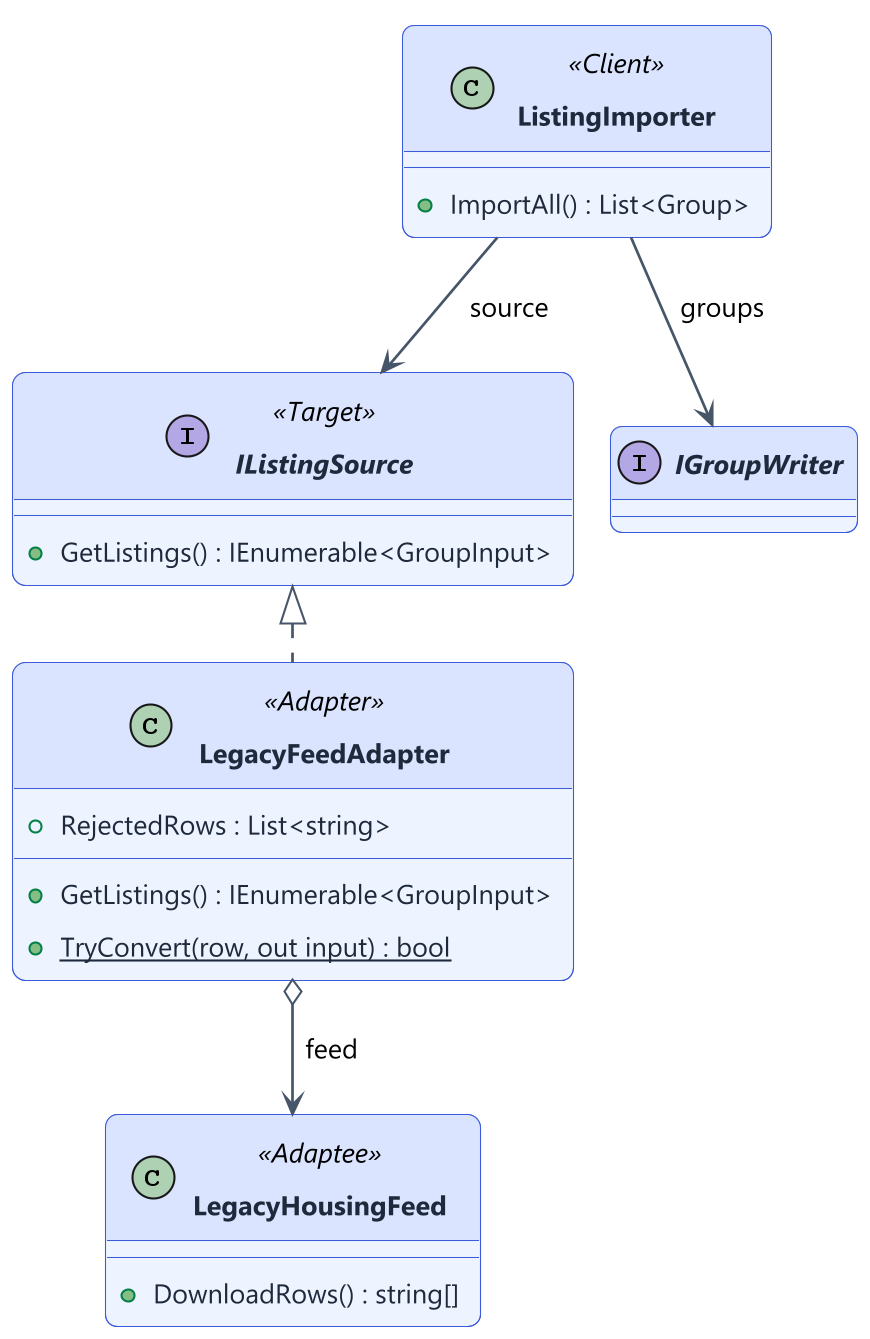
Earlier version of the PlantUML export lab-02/csharp/assets/d03-adapter.png (Lucian-Adrian/sem5-software-design). The source it was exported from:
```plantuml
@startuml d03-adapter
skinparamlocked dpi 200
!include style.iuml
interface IListingSource <<Target>> {
  +GetListings() : IEnumerable<GroupInput>
}
class LegacyHousingFeed <<Adaptee>> {
  +DownloadRows() : string[]
}
class LegacyFeedAdapter <<Adapter>> {
  +RejectedRows : List<string>
  +GetListings() : IEnumerable<GroupInput>
  +{static} TryConvert(row, out input) : bool
}
class ListingImporter <<Client>> {
  +ImportAll() : List<Group>
}
IListingSource <|.. LegacyFeedAdapter
LegacyFeedAdapter o--> LegacyHousingFeed : feed
ListingImporter --> IListingSource : source
ListingImporter --> IGroupWriter : groups
interface IGroupWriter
@enduml
```
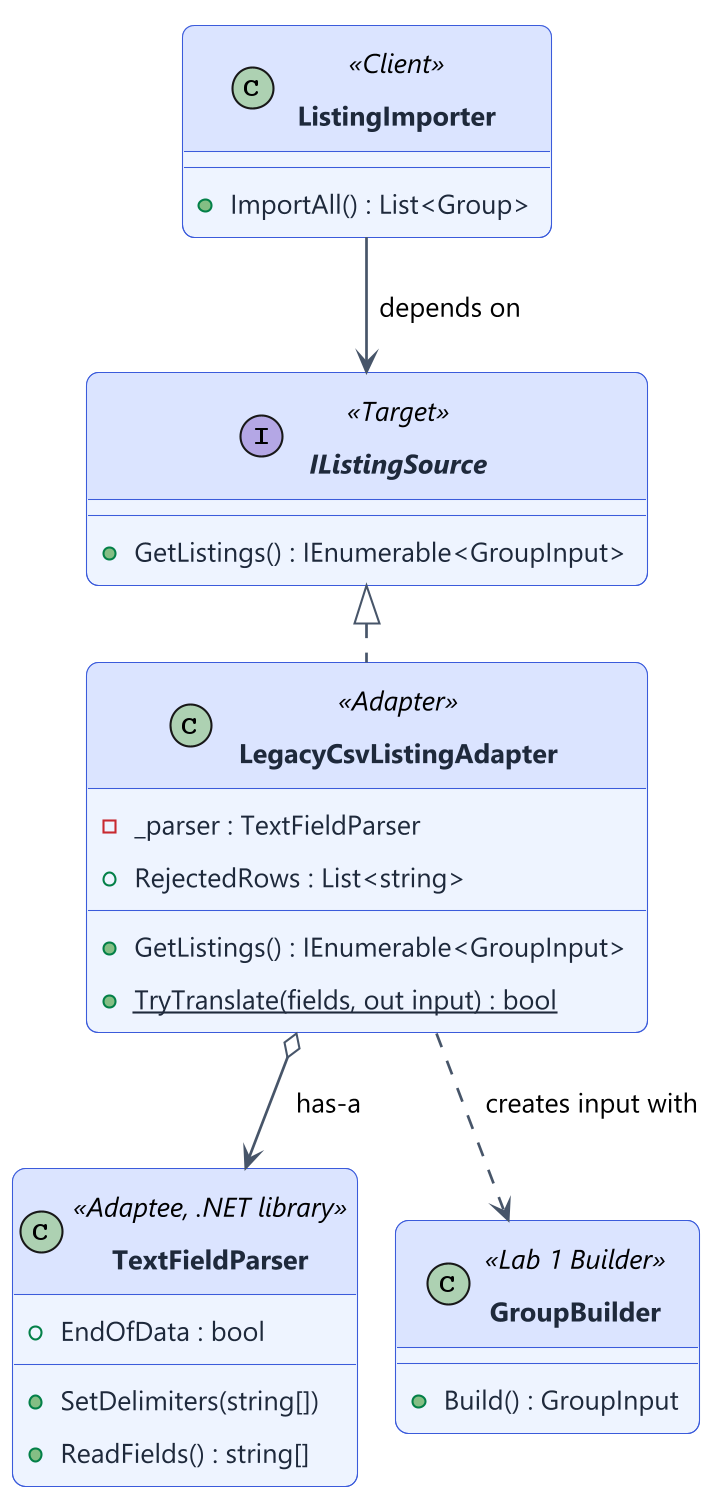
After the change.

Diff of the diagram source:
```diff
@@ -4,20 +4,25 @@
 interface IListingSource <<Target>> {
   +GetListings() : IEnumerable<GroupInput>
 }
-class LegacyHousingFeed <<Adaptee>> {
-  +DownloadRows() : string[]
+class TextFieldParser <<Adaptee, .NET library>> {
+  +SetDelimiters(string[])
+  +ReadFields() : string[]
+  +EndOfData : bool
 }
-class LegacyFeedAdapter <<Adapter>> {
+class LegacyCsvListingAdapter <<Adapter>> {
+  -_parser : TextFieldParser
   +RejectedRows : List<string>
   +GetListings() : IEnumerable<GroupInput>
-  +{static} TryConvert(row, out input) : bool
+  +{static} TryTranslate(fields, out input) : bool
 }
 class ListingImporter <<Client>> {
   +ImportAll() : List<Group>
 }
-IListingSource <|.. LegacyFeedAdapter
-LegacyFeedAdapter o--> LegacyHousingFeed : feed
-ListingImporter --> IListingSource : source
-ListingImporter --> IGroupWriter : groups
-interface IGroupWriter
+class GroupBuilder <<Lab 1 Builder>> {
+  +Build() : GroupInput
+}
+IListingSource <|.. LegacyCsvListingAdapter
+LegacyCsvListingAdapter o--> TextFieldParser : has-a
+LegacyCsvListingAdapter ..> GroupBuilder : creates input with
+ListingImporter --> IListingSource : depends on
 @enduml
```
